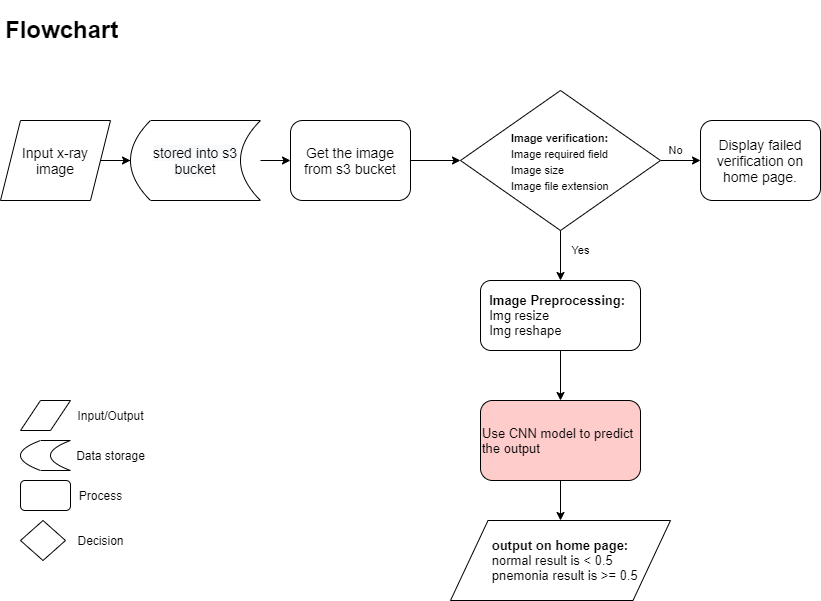
This is DataFlowDiagram.png from Ayesha-da/pneumonia_detection_analysis, a draw.io export, as it was before one commit. Source tidied: cells renumbered, new cells last; positions are measured from the earlier drawing's top-left corner, leaving out a move shared by most shapes.
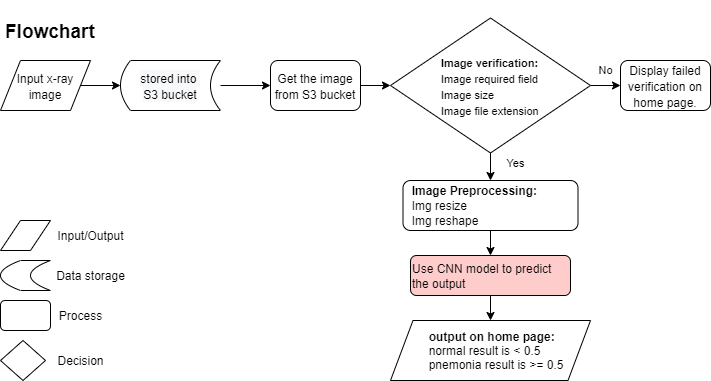
The same diagram one commit later.

The edit, as a diff of the source:
```diff
@@ -2,83 +2,83 @@
   <root>
     <mxCell id="0" />
     <mxCell id="1" parent="0" />
-    <mxCell id="2" value="&lt;h1&gt;Flowchart&lt;/h1&gt;" style="text;html=1;strokeColor=none;fillColor=none;spacing=5;spacingTop=-20;whiteSpace=wrap;overflow=hidden;rounded=0;" parent="1" vertex="1">
+    <mxCell id="2" value="&lt;h1&gt;&lt;font style=&quot;font-size: 19px&quot;&gt;Flowchart&lt;/font&gt;&lt;/h1&gt;" style="text;html=1;strokeColor=none;fillColor=none;spacing=5;spacingTop=-20;whiteSpace=wrap;overflow=hidden;rounded=0;" parent="1" vertex="1">
       <mxGeometry width="260" height="50" as="geometry" />
     </mxCell>
-    <mxCell id="3" style="edgeStyle=orthogonalEdgeStyle;rounded=0;jettySize=auto;html=1;" parent="1" edge="1" source="4" target="7">
+    <mxCell id="3" style="edgeStyle=orthogonalEdgeStyle;rounded=0;jettySize=auto;html=1;fontSize=12;" parent="1" edge="1" source="4" target="7">
       <mxGeometry relative="1" as="geometry" />
     </mxCell>
-    <mxCell id="4" value="Input x-ray image" style="shape=parallelogram;perimeter=parallelogramPerimeter;whiteSpace=wrap;html=1;fixedSize=1;fontSize=14;align=center;" parent="1" vertex="1">
-      <mxGeometry y="110" width="110" height="80" as="geometry" />
+    <mxCell id="4" value="&lt;font style=&quot;font-size: 12px&quot;&gt;Input x-ray image&lt;/font&gt;" style="shape=parallelogram;perimeter=parallelogramPerimeter;whiteSpace=wrap;html=1;fixedSize=1;fontSize=14;align=center;" parent="1" vertex="1">
+      <mxGeometry y="50" width="90" height="50" as="geometry" />
     </mxCell>
-    <mxCell id="5" value="Display failed verification on home page." style="rounded=1;whiteSpace=wrap;html=1;fontSize=14;align=center;" parent="1" vertex="1">
-      <mxGeometry x="700" y="110" width="120" height="80" as="geometry" />
+    <mxCell id="5" value="&lt;font style=&quot;font-size: 12px&quot;&gt;Display failed verification on home page.&lt;/font&gt;" style="rounded=1;whiteSpace=wrap;html=1;fontSize=14;align=center;" parent="1" vertex="1">
+      <mxGeometry x="620" y="50" width="90" height="50" as="geometry" />
     </mxCell>
     <mxCell id="6" style="edgeStyle=orthogonalEdgeStyle;rounded=0;jettySize=auto;html=1;" parent="1" edge="1" source="7" target="9">
       <mxGeometry relative="1" as="geometry" />
     </mxCell>
-    <mxCell id="7" value="&lt;p style=&quot;line-height: 0.8&quot;&gt;&lt;/p&gt;&lt;blockquote style=&quot;margin: 0 0 0 40px ; border: none ; padding: 0px&quot;&gt;&lt;/blockquote&gt;&lt;span style=&quot;color: rgb(0 , 0 , 0) ; font-family: &amp;#34;helvetica&amp;#34; ; font-size: 14px ; font-style: normal ; font-weight: 400 ; letter-spacing: normal ; text-indent: 0px ; text-transform: none ; word-spacing: 0px ; background-color: rgb(248 , 249 , 250) ; display: inline ; float: none&quot;&gt;stored into s3 bucket&lt;/span&gt;&lt;p&gt;&lt;/p&gt;" style="shape=dataStorage;whiteSpace=wrap;html=1;fixedSize=1;fontSize=14;align=center;" parent="1" vertex="1">
-      <mxGeometry x="130" y="110" width="130" height="80" as="geometry" />
+    <mxCell id="7" value="&lt;p style=&quot;line-height: 0.8&quot;&gt;&lt;/p&gt;&lt;blockquote style=&quot;margin: 0 0 0 40px ; border: none ; padding: 0px&quot;&gt;&lt;/blockquote&gt;&lt;span style=&quot;color: rgb(0 , 0 , 0) ; font-family: &amp;#34;helvetica&amp;#34; ; font-style: normal ; font-weight: 400 ; letter-spacing: normal ; text-indent: 0px ; text-transform: none ; word-spacing: 0px ; background-color: rgb(248 , 249 , 250) ; display: inline ; float: none&quot;&gt;&lt;font style=&quot;font-size: 12px&quot;&gt;stored into &lt;br&gt;S3 bucket&lt;/font&gt;&lt;/span&gt;&lt;p&gt;&lt;/p&gt;" style="shape=dataStorage;whiteSpace=wrap;html=1;fixedSize=1;fontSize=14;align=center;size=10;" parent="1" vertex="1">
+      <mxGeometry x="120" y="50" width="100" height="50" as="geometry" />
     </mxCell>
     <mxCell id="8" style="edgeStyle=orthogonalEdgeStyle;rounded=0;jettySize=auto;html=1;fontSize=11;" parent="1" edge="1" source="9" target="12">
       <mxGeometry relative="1" as="geometry" />
     </mxCell>
-    <mxCell id="9" value="&lt;span&gt;Get the image from s3 bucket&lt;/span&gt;" style="rounded=1;whiteSpace=wrap;html=1;fontSize=14;align=center;" parent="1" vertex="1">
-      <mxGeometry x="290" y="110" width="120" height="80" as="geometry" />
+    <mxCell id="9" value="&lt;span&gt;&lt;font style=&quot;font-size: 12px&quot;&gt;Get the image from S3 bucket&lt;/font&gt;&lt;/span&gt;" style="rounded=1;whiteSpace=wrap;html=1;fontSize=14;align=center;" parent="1" vertex="1">
+      <mxGeometry x="270" y="50" width="90" height="50" as="geometry" />
     </mxCell>
     <mxCell id="10" style="edgeStyle=orthogonalEdgeStyle;rounded=0;jettySize=auto;html=1;" parent="1" edge="1" source="12" target="5">
       <mxGeometry relative="1" as="geometry" />
     </mxCell>
-    <mxCell id="11" style="edgeStyle=orthogonalEdgeStyle;rounded=0;jettySize=auto;html=1;" parent="1" edge="1" source="12" target="16">
+    <mxCell id="11" style="edgeStyle=orthogonalEdgeStyle;rounded=0;jettySize=auto;html=1;fontSize=12;" parent="1" edge="1" source="12" target="16">
       <mxGeometry relative="1" as="geometry" />
     </mxCell>
     <mxCell id="12" value="&lt;span style=&quot;font-size: 11px&quot;&gt;&lt;span style=&quot;white-space: pre&quot;&gt;&#9;&lt;/span&gt;&lt;span style=&quot;white-space: pre&quot;&gt;&#9;&lt;/span&gt;&lt;span style=&quot;white-space: pre&quot;&gt;&lt;b&gt;I&lt;/b&gt;&lt;/span&gt;&lt;b&gt;mage verification:&lt;br&gt;&lt;/b&gt;&lt;span style=&quot;white-space: pre&quot;&gt;&#9;&lt;/span&gt;&lt;span style=&quot;white-space: pre&quot;&gt;&#9;&lt;/span&gt;Image required field&lt;br&gt;&lt;span style=&quot;white-space: pre&quot;&gt;&#9;&lt;/span&gt;&lt;span style=&quot;white-space: pre&quot;&gt;&#9;&lt;/span&gt;Image size&lt;br&gt;&lt;span style=&quot;white-space: pre&quot;&gt;&#9;&lt;/span&gt;&lt;span style=&quot;white-space: pre&quot;&gt;&#9;&lt;/span&gt;Image file extension&lt;br&gt;&lt;/span&gt;" style="shape=rhombus;html=1;dashed=0;whitespace=wrap;perimeter=rhombusPerimeter;fontSize=14;align=left;" parent="1" vertex="1">
-      <mxGeometry x="460" y="80" width="200" height="140" as="geometry" />
+      <mxGeometry x="390" y="7.5" width="200" height="135" as="geometry" />
     </mxCell>
     <mxCell id="13" value="&lt;font style=&quot;font-size: 11px&quot;&gt;No&lt;/font&gt;" style="text;html=1;align=center;verticalAlign=middle;strokeColor=none;fillColor=none;fontSize=9;" parent="1" vertex="1">
-      <mxGeometry x="660" y="130" width="30" height="20" as="geometry" />
+      <mxGeometry x="590" y="50" width="30" height="20" as="geometry" />
     </mxCell>
     <mxCell id="14" value="&lt;font style=&quot;font-size: 11px&quot;&gt;Yes&lt;/font&gt;" style="text;html=1;align=center;verticalAlign=middle;strokeColor=none;fillColor=none;fontSize=9;" parent="1" vertex="1">
-      <mxGeometry x="565" y="230" width="30" height="20" as="geometry" />
+      <mxGeometry x="500" y="142.5" width="30" height="20" as="geometry" />
     </mxCell>
     <mxCell id="15" style="edgeStyle=orthogonalEdgeStyle;rounded=0;jettySize=auto;html=1;" parent="1" edge="1" source="16" target="18">
       <mxGeometry relative="1" as="geometry" />
     </mxCell>
-    <mxCell id="16" value="&lt;b&gt;&amp;nbsp; Image Preprocessing:&lt;/b&gt;&lt;br&gt;&amp;nbsp; Img resize&lt;br&gt;&amp;nbsp; Img reshape" style="rounded=1;whiteSpace=wrap;html=1;fontSize=13;align=left;" parent="1" vertex="1">
-      <mxGeometry x="480" y="270" width="160" height="70" as="geometry" />
+    <mxCell id="16" value="&lt;font style=&quot;font-size: 12px&quot;&gt;&lt;b&gt;&amp;nbsp; Image Preprocessing:&lt;/b&gt;&lt;br&gt;&amp;nbsp; Img resize&lt;br&gt;&amp;nbsp; Img reshape&lt;/font&gt;" style="rounded=1;whiteSpace=wrap;html=1;fontSize=13;align=left;" parent="1" vertex="1">
+      <mxGeometry x="402.5" y="170" width="175" height="50" as="geometry" />
     </mxCell>
     <mxCell id="17" style="edgeStyle=orthogonalEdgeStyle;rounded=0;jettySize=auto;html=1;" parent="1" edge="1" source="18" target="19">
       <mxGeometry relative="1" as="geometry" />
     </mxCell>
-    <mxCell id="18" value="Use CNN model to predict the output" style="rounded=1;whiteSpace=wrap;html=1;fontSize=13;align=left;fillColor=#FFCCCC;" parent="1" vertex="1">
-      <mxGeometry x="480" y="390" width="160" height="80" as="geometry" />
+    <mxCell id="18" value="&lt;font style=&quot;font-size: 12px&quot;&gt;Use CNN model to predict the output&lt;/font&gt;" style="rounded=1;whiteSpace=wrap;html=1;fontSize=13;align=left;fillColor=#FFCCCC;" parent="1" vertex="1">
+      <mxGeometry x="410" y="245" width="160" height="40" as="geometry" />
     </mxCell>
-    <mxCell id="19" value="&amp;nbsp; &amp;nbsp; &amp;nbsp; &amp;nbsp; &amp;nbsp; &amp;nbsp;&lt;b&gt;output on home page:&lt;/b&gt;&lt;br&gt;&lt;div&gt;&lt;span style=&quot;white-space: pre&quot;&gt;&#9;&lt;/span&gt;&amp;nbsp; &amp;nbsp;normal result is &amp;lt; 0.5&lt;/div&gt;&lt;div&gt;&lt;span style=&quot;white-space: pre&quot;&gt;&#9;&lt;/span&gt;&amp;nbsp; &amp;nbsp;pnemonia result is &amp;gt;= 0.5&lt;/div&gt;" style="shape=parallelogram;perimeter=parallelogramPerimeter;dashed=0;fontSize=13;align=left;whiteSpace=wrap;html=1;size=0.17045454545454544;" parent="1" vertex="1">
-      <mxGeometry x="450" y="510" width="220" height="80" as="geometry" />
+    <mxCell id="19" value="&lt;font style=&quot;font-size: 12px&quot;&gt;&amp;nbsp; &amp;nbsp; &amp;nbsp; &amp;nbsp; &amp;nbsp; &amp;nbsp;&lt;b&gt;output on home page:&lt;/b&gt;&lt;br&gt;&lt;/font&gt;&lt;div style=&quot;font-size: 12px&quot;&gt;&lt;font style=&quot;font-size: 12px&quot;&gt;&lt;span style=&quot;white-space: pre&quot;&gt;&#9;&lt;/span&gt;&amp;nbsp; &amp;nbsp;normal result is &amp;lt; 0.5&lt;/font&gt;&lt;/div&gt;&lt;div style=&quot;font-size: 12px&quot;&gt;&lt;font style=&quot;font-size: 12px&quot;&gt;&lt;span style=&quot;white-space: pre&quot;&gt;&#9;&lt;/span&gt;&amp;nbsp; &amp;nbsp;pnemonia result is &amp;gt;= 0.5&lt;/font&gt;&lt;/div&gt;" style="shape=parallelogram;perimeter=parallelogramPerimeter;dashed=0;fontSize=13;align=left;whiteSpace=wrap;html=1;size=0.11249999999999999;" parent="1" vertex="1">
+      <mxGeometry x="390" y="310" width="200" height="60" as="geometry" />
     </mxCell>
     <mxCell id="20" style="shape=parallelogram;perimeter=parallelogramPerimeter;whiteSpace=wrap;html=1;fixedSize=1;" parent="1" vertex="1">
-      <mxGeometry x="20" y="390" width="50" height="30" as="geometry" />
+      <mxGeometry y="210" width="50" height="30" as="geometry" />
     </mxCell>
     <mxCell id="21" value="Input/Output" style="text;html=1;align=center;verticalAlign=middle;strokeColor=none;fillColor=none;" parent="1" vertex="1">
-      <mxGeometry x="70" y="395" width="80" height="20" as="geometry" />
+      <mxGeometry x="50" y="215" width="80" height="20" as="geometry" />
     </mxCell>
     <mxCell id="22" style="rounded=1;whiteSpace=wrap;html=1;" parent="1" vertex="1">
-      <mxGeometry x="20" y="470" width="50" height="30" as="geometry" />
+      <mxGeometry y="290" width="50" height="30" as="geometry" />
     </mxCell>
     <mxCell id="23" value="Process" style="text;html=1;align=center;verticalAlign=middle;strokeColor=none;fillColor=none;" parent="1" vertex="1">
-      <mxGeometry x="70" y="475" width="60" height="20" as="geometry" />
+      <mxGeometry x="50" y="295" width="60" height="20" as="geometry" />
     </mxCell>
     <mxCell id="24" style="shape=dataStorage;whiteSpace=wrap;html=1;fixedSize=1;" parent="1" vertex="1">
-      <mxGeometry x="20" y="430" width="50" height="30" as="geometry" />
+      <mxGeometry y="250" width="50" height="30" as="geometry" />
     </mxCell>
     <mxCell id="25" value="Data storage" style="text;html=1;align=center;verticalAlign=middle;strokeColor=none;fillColor=none;" parent="1" vertex="1">
-      <mxGeometry x="70" y="435" width="80" height="20" as="geometry" />
+      <mxGeometry x="50" y="255" width="80" height="20" as="geometry" />
     </mxCell>
     <mxCell id="26" style="rhombus;whiteSpace=wrap;html=1;" parent="1" vertex="1">
-      <mxGeometry x="20" y="510" width="45" height="40" as="geometry" />
+      <mxGeometry y="330" width="45" height="40" as="geometry" />
     </mxCell>
     <mxCell id="27" value="Decision" style="text;html=1;align=center;verticalAlign=middle;strokeColor=none;fillColor=none;" parent="1" vertex="1">
-      <mxGeometry x="70" y="520" width="60" height="20" as="geometry" />
+      <mxGeometry x="50" y="340" width="60" height="20" as="geometry" />
     </mxCell>
   </root>
 </mxGraphModel>
```
